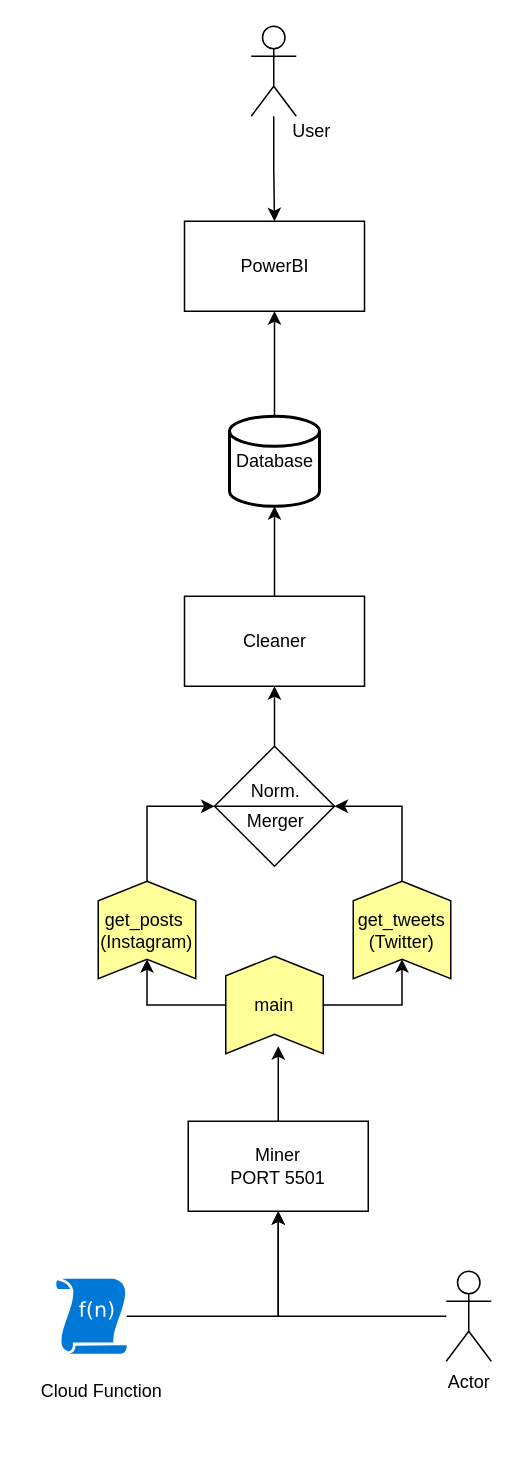
Before: overviewer-fca.drawio in rennanharo/overviewer-serverless, a draw.io diagram. Source tidied: cells renumbered, new cells numbered last; positions are measured from the earlier drawing's top-left corner, leaving out a move shared by most shapes. Both pictures are drawn from the tidied source at 150%, with x=0, y=0 at pixel (26, 26).
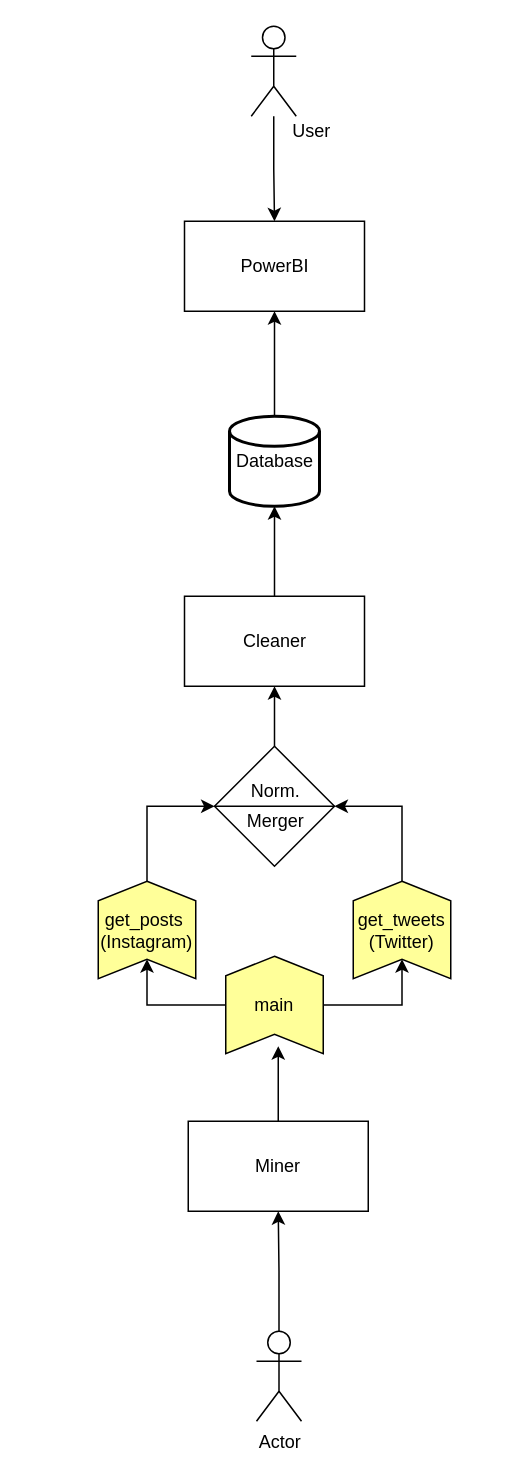
Above is the later version.

Diff of the diagram source:
```diff
@@
     <mxCell id="6" value="Actor" style="shape=umlActor;verticalLabelPosition=bottom;verticalAlign=top;html=1;outlineConnect=0;" parent="1" vertex="1">
-      <mxGeometry x="280" y="830" width="30" height="60" as="geometry" />
+      <mxGeometry x="153.5" y="870" width="30" height="60" as="geometry" />
     </mxCell>
-    <mxCell id="7" style="edgeStyle=orthogonalEdgeStyle;rounded=0;jettySize=auto;html=1;entryX=0.5;entryY=1;entryDx=0;entryDy=0;" parent="1" edge="1" source="8" target="11">
-      <mxGeometry relative="1" as="geometry" />
-    </mxCell>
-    <mxCell id="8" style="shadow=0;dashed=0;html=1;strokeColor=none;labelPosition=center;verticalLabelPosition=bottom;verticalAlign=top;align=center;shape=mxgraph.mscae.enterprise.udf_function;fillColor=#0078D7;" parent="1" vertex="1">
-      <mxGeometry x="20" y="835" width="47" height="50" as="geometry" />
-    </mxCell>
-    <mxCell id="9" value="Cloud Function" style="text;html=1;align=center;verticalAlign=middle;" parent="1" vertex="1">
-      <mxGeometry y="900" width="100" height="20" as="geometry" />
-    </mxCell>
@@
-    <mxCell id="11" value="Miner&lt;br&gt;PORT 5501" style="rounded=0;whiteSpace=wrap;html=1;" parent="1" vertex="1">
+    <mxCell id="11" value="Miner" style="rounded=0;whiteSpace=wrap;html=1;" parent="1" vertex="1">
       <mxGeometry x="108" y="730" width="120" height="60" as="geometry" />
     </mxCell>
```
